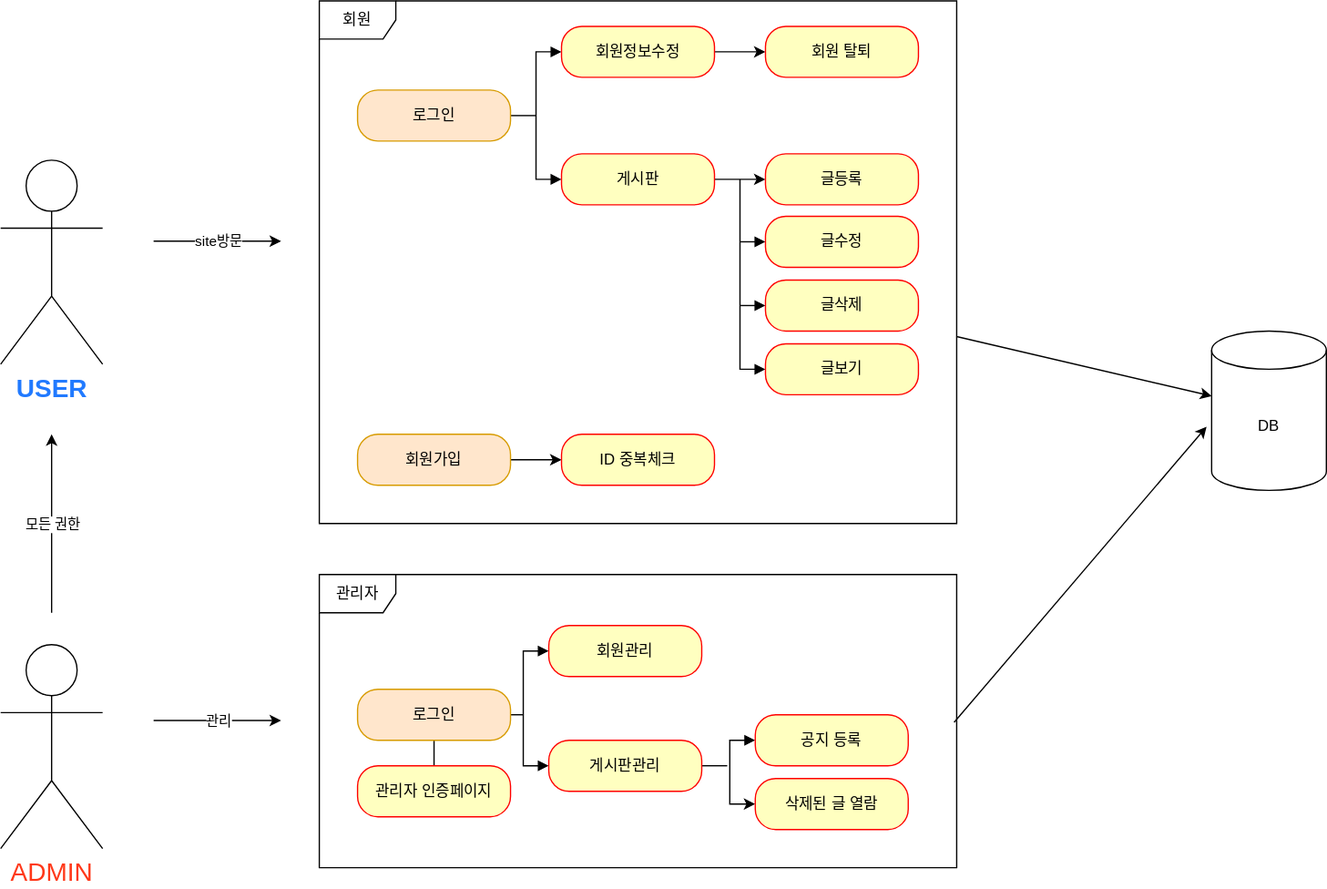
This is usecase.svg from enviesm123/personal_project, a draw.io export, as it was before one commit. Source tidied: cells renumbered, new cells last; positions are measured from the earlier drawing's top-left corner, leaving out a move shared by most shapes.
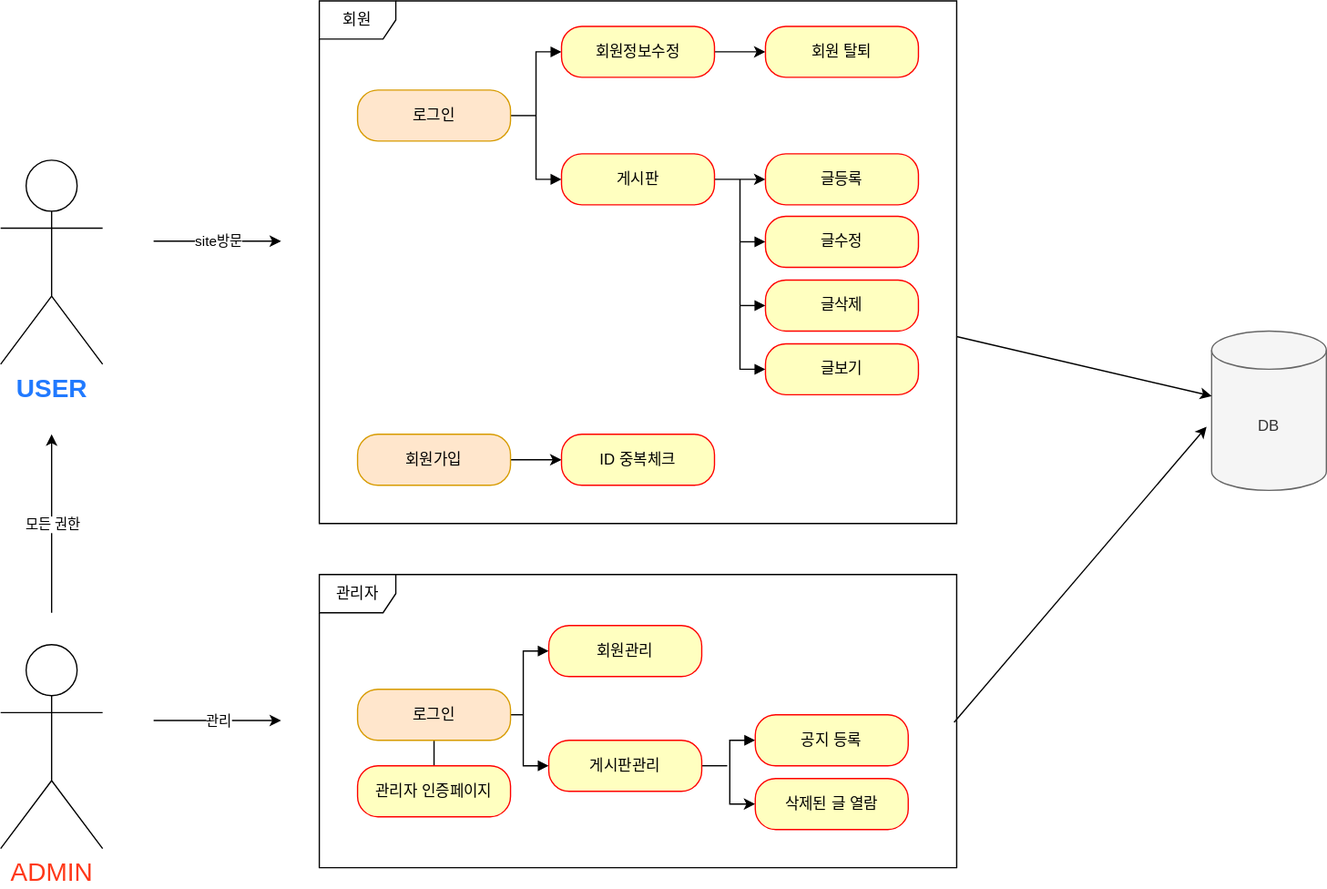
After the change.

Commit message:
usecase.svg 업데이트 게시판 로그인

Change to the diagram source:
```diff
@@ -31,7 +31,7 @@
     <mxCell id="10" value="게시판" style="rounded=1;whiteSpace=wrap;html=1;arcSize=40;fontColor=#000000;fillColor=#ffffc0;strokeColor=#ff0000;" parent="1" vertex="1">
       <mxGeometry x="440" y="120" width="120" height="40" as="geometry" />
     </mxCell>
-    <mxCell id="11" value="DB" style="shape=cylinder3;whiteSpace=wrap;html=1;boundedLbl=1;backgroundOutline=1;size=15;" parent="1" vertex="1">
+    <mxCell id="11" value="DB" style="shape=cylinder3;whiteSpace=wrap;html=1;boundedLbl=1;backgroundOutline=1;size=15;fillColor=#f5f5f5;fontColor=#333333;strokeColor=#666666;" parent="1" vertex="1">
       <mxGeometry x="950" y="259" width="90" height="125" as="geometry" />
     </mxCell>
     <mxCell id="12" style="edgeStyle=orthogonalEdgeStyle;rounded=0;jettySize=auto;html=1;exitX=1;exitY=0.5;exitDx=0;exitDy=0;entryX=0;entryY=0.5;entryDx=0;entryDy=0;" parent="1" edge="1" source="13" target="21">
```
